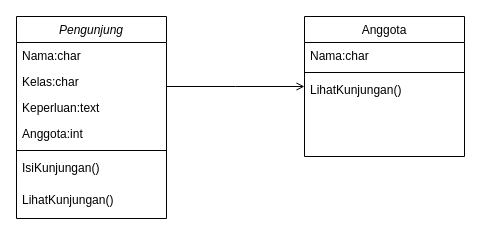
The draw.io diagram Class Diagram.drawio in thecoolgeng/perpus-digital, before the edit. Source tidied: cells renumbered, new cells numbered last; positions are measured from the earlier drawing's top-left corner, leaving out a move shared by most shapes. Both pictures are drawn from the tidied source at 100%, with x=0, y=0 at pixel (16, 16).
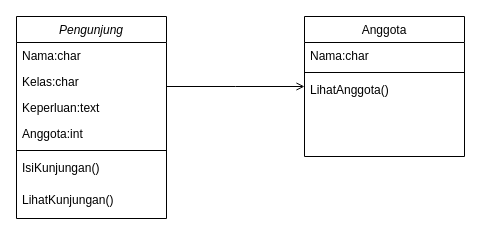
Above is the later version.

Change to the diagram source:
```diff
@@
 <mxGraphModel>
   <root>
     <mxCell id="0" />
     <mxCell id="1" parent="0" />
     <mxCell id="2" value="Pengunjung" style="swimlane;fontStyle=2;align=center;verticalAlign=top;horizontal=1;startSize=26;rounded=0;shadow=0;strokeWidth=1;" parent="1" vertex="1">
       <mxGeometry width="150" height="202" as="geometry" />
     </mxCell>
     <mxCell id="3" value="Nama:char" style="text;align=left;verticalAlign=top;spacingLeft=4;spacingRight=4;overflow=hidden;" parent="2" vertex="1">
       <mxGeometry y="26" width="150" height="26" as="geometry" />
     </mxCell>
     <mxCell id="4" value="Kelas:char" style="text;align=left;verticalAlign=top;spacingLeft=4;spacingRight=4;overflow=hidden;" parent="2" vertex="1">
       <mxGeometry y="52" width="150" height="26" as="geometry" />
     </mxCell>
     <mxCell id="5" value="Keperluan:text" style="text;align=left;verticalAlign=top;spacingLeft=4;spacingRight=4;overflow=hidden;rounded=0;shadow=0;html=0;" parent="2" vertex="1">
       <mxGeometry y="78" width="150" height="26" as="geometry" />
     </mxCell>
     <mxCell id="6" value="Anggota:int" style="text;align=left;verticalAlign=top;spacingLeft=4;spacingRight=4;overflow=hidden;rounded=0;shadow=0;html=0;" parent="2" vertex="1">
       <mxGeometry y="104" width="150" height="26" as="geometry" />
     </mxCell>
     <mxCell id="7" style="line;html=1;strokeWidth=1;align=left;verticalAlign=middle;spacingTop=-1;spacingLeft=3;spacingRight=3;labelPosition=right;" parent="2" vertex="1">
       <mxGeometry y="130" width="150" height="8" as="geometry" />
     </mxCell>
     <mxCell id="8" value="IsiKunjungan()" style="text;align=left;verticalAlign=top;spacingLeft=4;spacingRight=4;overflow=hidden;" parent="2" vertex="1">
       <mxGeometry y="138" width="150" height="32" as="geometry" />
     </mxCell>
     <mxCell id="9" value="LihatKunjungan()" style="text;align=left;verticalAlign=top;spacingLeft=4;spacingRight=4;overflow=hidden;" parent="2" vertex="1">
       <mxGeometry y="170" width="150" height="32" as="geometry" />
     </mxCell>
     <mxCell id="10" value="Anggota" style="swimlane;fontStyle=0;align=center;verticalAlign=top;horizontal=1;startSize=26;rounded=0;shadow=0;strokeWidth=1;" parent="1" vertex="1">
       <mxGeometry x="288" width="160" height="140" as="geometry" />
     </mxCell>
     <mxCell id="11" value="Nama:char" style="text;align=left;verticalAlign=top;spacingLeft=4;spacingRight=4;overflow=hidden;" parent="10" vertex="1">
       <mxGeometry y="26" width="160" height="26" as="geometry" />
     </mxCell>
     <mxCell id="12" style="line;html=1;strokeWidth=1;align=left;verticalAlign=middle;spacingTop=-1;spacingLeft=3;spacingRight=3;labelPosition=right;" parent="10" vertex="1">
       <mxGeometry y="52" width="160" height="8" as="geometry" />
     </mxCell>
-    <mxCell id="13" value="LihatKunjungan()" style="text;align=left;verticalAlign=top;spacingLeft=4;spacingRight=4;overflow=hidden;" parent="10" vertex="1">
+    <mxCell id="13" value="LihatAnggota()" style="text;align=left;verticalAlign=top;spacingLeft=4;spacingRight=4;overflow=hidden;" parent="10" vertex="1">
       <mxGeometry y="60" width="160" height="26" as="geometry" />
     </mxCell>
     <mxCell id="14" style="endArrow=open;shadow=0;strokeWidth=1;rounded=0;endFill=1;edgeStyle=elbowEdgeStyle;elbow=vertical;" parent="1" edge="1" source="2" target="10">
       <mxGeometry x="0.5" y="41" relative="1" as="geometry">
         <mxPoint x="-40" y="32" as="offset" />
       </mxGeometry>
     </mxCell>
   </root>
 </mxGraphModel>
```
